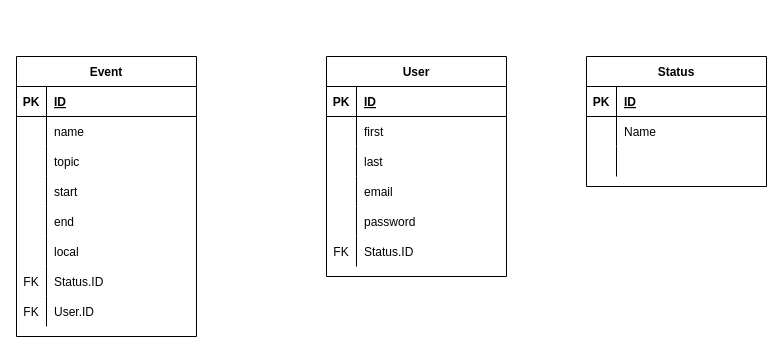
The draw.io diagram Calendar_database_plan.drawio in KerteszZoltan/szakdoga, before the edit. Source tidied: cells renumbered, new cells numbered last; positions are measured from the earlier drawing's top-left corner, leaving out a move shared by most shapes. Both pictures are drawn from the tidied source at 100%, with x=0, y=0 at pixel (16, 56).
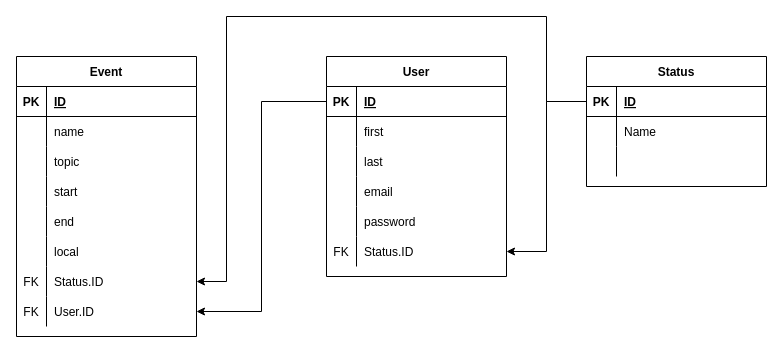
Above is the later version.

Commit message:
connection drowing

The change refers to these unchanged cells:
```xml
<mxCell id="21" style="shape=partialRectangle;fillColor=none;top=0;left=0;bottom=0;right=0;points=[[0,0.5],[1,0.5]];portConstraint=eastwest;" parent="2" vertex="1">
  <mxGeometry y="210" width="180" height="30" as="geometry" />
</mxCell>
<mxCell id="24" style="shape=partialRectangle;fillColor=none;top=0;left=0;bottom=0;right=0;points=[[0,0.5],[1,0.5]];portConstraint=eastwest;" parent="2" vertex="1">
  <mxGeometry y="240" width="180" height="30" as="geometry" />
</mxCell>
<mxCell id="28" style="shape=partialRectangle;fillColor=none;top=0;left=0;bottom=1;right=0;points=[[0,0.5],[1,0.5]];portConstraint=eastwest;" parent="27" vertex="1">
  <mxGeometry y="30" width="180" height="30" as="geometry" />
</mxCell>
<mxCell id="43" style="shape=partialRectangle;fillColor=none;top=0;left=0;bottom=0;right=0;points=[[0,0.5],[1,0.5]];portConstraint=eastwest;" parent="27" vertex="1">
  <mxGeometry y="180" width="180" height="30" as="geometry" />
</mxCell>
<mxCell id="47" style="shape=partialRectangle;fillColor=none;top=0;left=0;bottom=1;right=0;points=[[0,0.5],[1,0.5]];portConstraint=eastwest;" parent="46" vertex="1">
  <mxGeometry y="30" width="180" height="30" as="geometry" />
</mxCell>
```

Change to the diagram source:
```diff
@@
+    <mxCell id="56" style="edgeStyle=orthogonalEdgeStyle;rounded=0;jettySize=auto;html=1;exitX=0;exitY=0.5;exitDx=0;exitDy=0;entryX=1;entryY=0.5;entryDx=0;entryDy=0;" parent="1" edge="1" source="47" target="43">
+      <mxGeometry relative="1" as="geometry" />
+    </mxCell>
+    <mxCell id="57" style="edgeStyle=orthogonalEdgeStyle;rounded=0;jettySize=auto;html=1;exitX=0;exitY=0.5;exitDx=0;exitDy=0;entryX=1;entryY=0.5;entryDx=0;entryDy=0;" parent="1" edge="1" source="28" target="24">
+      <mxGeometry relative="1" as="geometry" />
+    </mxCell>
+    <mxCell id="58" style="edgeStyle=orthogonalEdgeStyle;rounded=0;jettySize=auto;html=1;exitX=0;exitY=0.5;exitDx=0;exitDy=0;entryX=1;entryY=0.5;entryDx=0;entryDy=0;" parent="1" edge="1" source="47" target="21">
+      <mxGeometry relative="1" as="geometry">
+        <Array as="points">
+          <mxPoint x="530" y="45" />
+          <mxPoint x="530" y="-40" />
+          <mxPoint x="210" y="-40" />
+          <mxPoint x="210" y="225" />
+        </Array>
+      </mxGeometry>
+    </mxCell>
```
